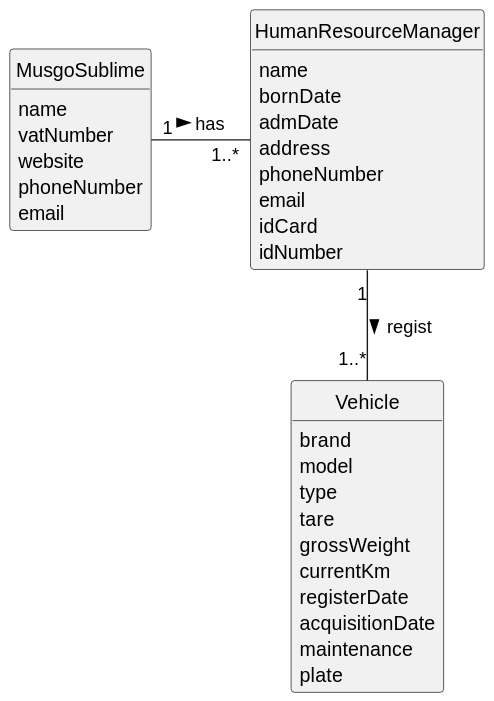
Above: docs/sprintA/us006/02.analysis/svg/us006-domain-model.svg in 1231360-ISEP/lei-24-s2-1db-g021 (PlantUML), before the change. Source of this version:
```plantuml
@startuml
skinparam monochrome true
skinparam packageStyle rectangle
skinparam shadowing false

skinparam classAttributeIconSize 0

hide circle
hide methods

class MusgoSublime {
    name
    vatNumber
    website
    phoneNumber
    email
}

class HumanResourceManager {
    name
    bornDate
    admDate
    address
    phoneNumber
    email
    idCard
    idNumber
}

class Vehicle {
    brand
    model
    type
    tare
    grossWeight
    currentKm
    registerDate
    acquisitionDate
    maintenance
    plate
}

MusgoSublime "1" - "1..*" HumanResourceManager: has >
HumanResourceManager "1" -- "1..*" Vehicle : regist >
@enduml
```
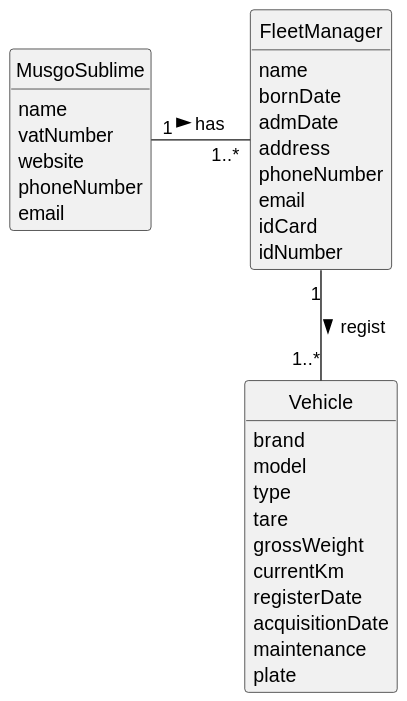
The same diagram one commit later.

Commit message:
US6 - Update Domain Model Excerpt (SVG)

The edit, as a diff of the source:
```diff
@@ -16,7 +16,7 @@
     email
 }
 
-class HumanResourceManager {
+class FleetManager {
     name
     bornDate
     admDate
@@ -40,6 +40,6 @@
     plate
 }
 
-MusgoSublime "1" - "1..*" HumanResourceManager: has >
-HumanResourceManager "1" -- "1..*" Vehicle : regist >
+MusgoSublime "1" - "1..*" FleetManager: has >
+FleetManager "1" -- "1..*" Vehicle : regist >
 @enduml
```
